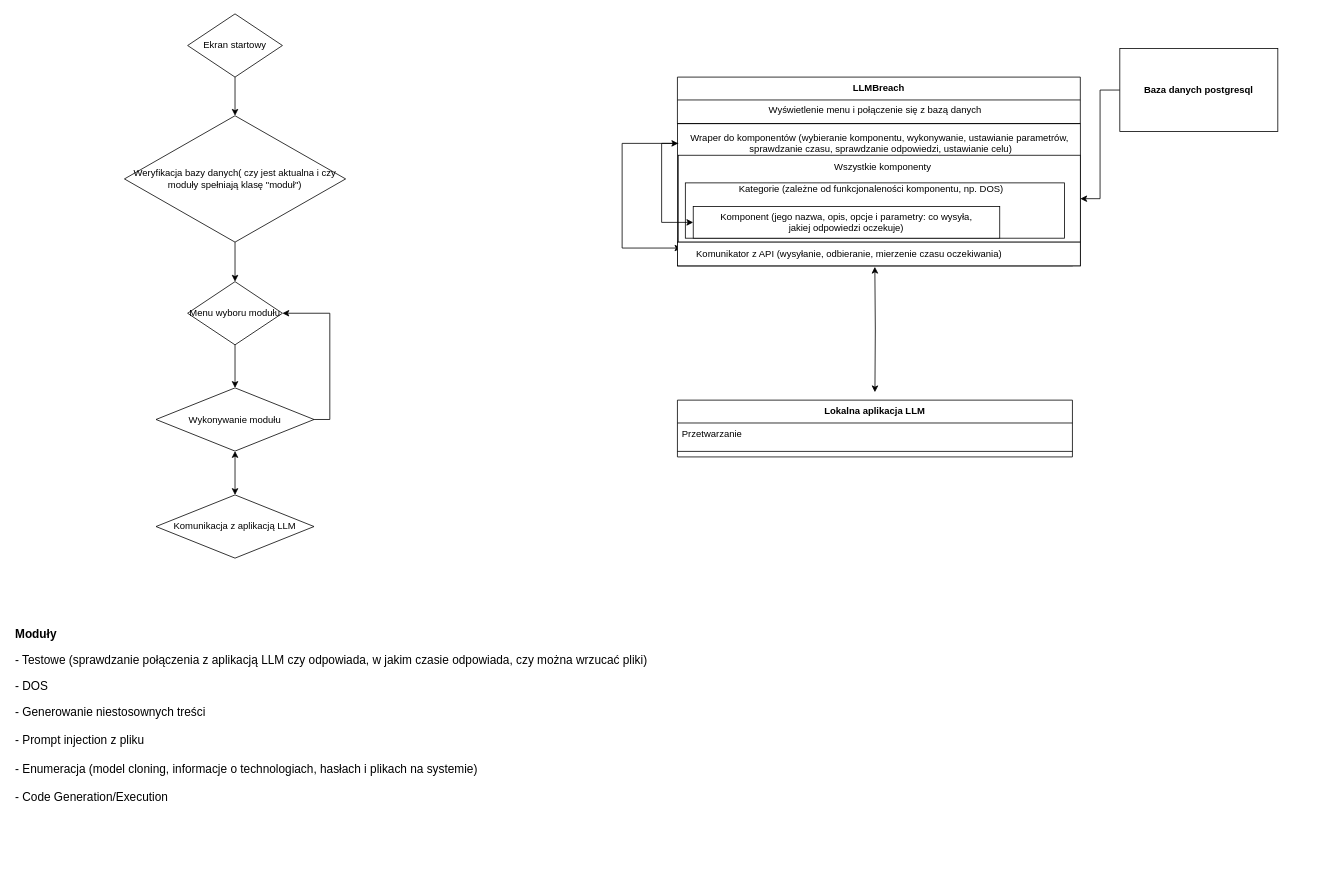
Earlier version of the draw.io diagram model.drawio (brzewVCE/LMBreach). Source tidied: cells renumbered, new cells numbered last; positions are measured from the earlier drawing's top-left corner, leaving out a move shared by most shapes. Both pictures are drawn from the tidied source at 79%, with x=0, y=0 at pixel (13, 13).
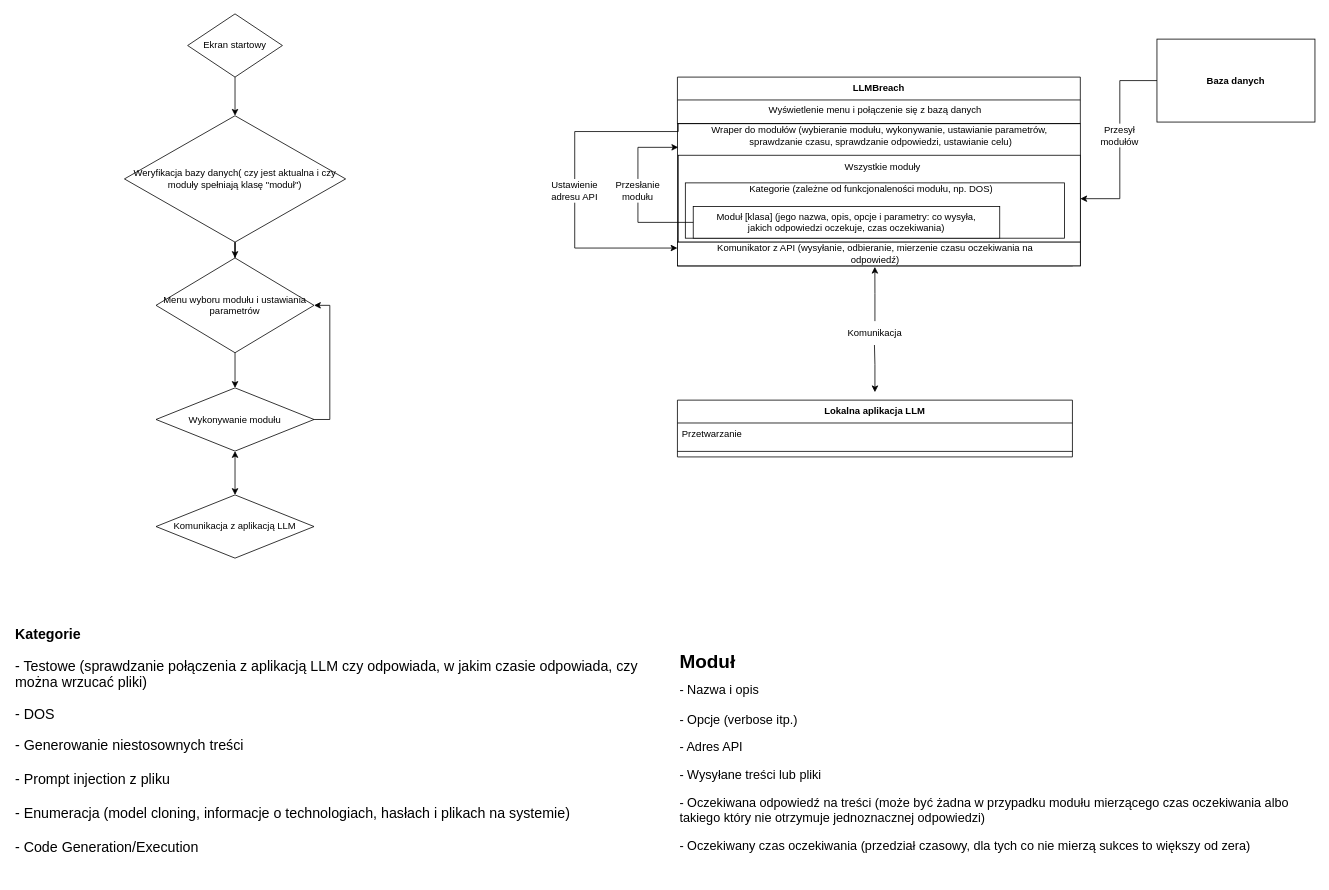
The same diagram, later.

Unchanged cells that the change refers to:
```xml
<mxCell id="3" style="rounded=0;whiteSpace=wrap;html=1;" parent="1" vertex="1">
  <mxGeometry x="840" y="139" width="510" height="180" as="geometry" />
</mxCell>
<mxCell id="8" style="rounded=0;whiteSpace=wrap;html=1;" parent="1" vertex="1">
  <mxGeometry x="841" y="179" width="509" height="110" as="geometry" />
</mxCell>
<mxCell id="20" style="rounded=0;whiteSpace=wrap;html=1;" parent="1" vertex="1">
  <mxGeometry x="840" y="289" width="510" height="30" as="geometry" />
</mxCell>
```

Change to the diagram source:
```diff
@@
-    <mxCell id="4" style="edgeStyle=orthogonalEdgeStyle;rounded=0;jettySize=auto;html=1;startArrow=classic;startFill=1;entryX=0.49;entryY=1.007;entryDx=0;entryDy=0;entryPerimeter=0;" parent="1" edge="1" target="3">
-      <mxGeometry relative="1" as="geometry">
-        <mxPoint x="1090" y="479" as="sourcePoint" />
-      </mxGeometry>
+    <mxCell id="4" style="edgeStyle=orthogonalEdgeStyle;rounded=0;jettySize=auto;html=1;startArrow=none;startFill=0;entryX=0.49;entryY=1.007;entryDx=0;entryDy=0;entryPerimeter=0;endArrow=classic;endFill=1;" parent="1" edge="1" source="38" target="3">
+      <mxGeometry relative="1" as="geometry" />
     </mxCell>
@@
-    <mxCell id="10" value="Wszystkie komponenty" style="text;html=1;align=center;verticalAlign=middle;whiteSpace=wrap;rounded=0;" parent="1" vertex="1">
+    <mxCell id="10" value="Wszystkie moduły" style="text;html=1;align=center;verticalAlign=middle;whiteSpace=wrap;rounded=0;" parent="1" vertex="1">
       <mxGeometry x="980" y="179" width="240" height="30" as="geometry" />
     </mxCell>
-    <mxCell id="11" value="&lt;div&gt;Kategorie (zależne od funkcjonaleności komponentu, np. DOS)&lt;/div&gt;&lt;div&gt;&lt;br&gt;&lt;/div&gt;" style="text;html=1;align=center;verticalAlign=middle;whiteSpace=wrap;rounded=0;" parent="1" vertex="1">
+    <mxCell id="11" value="&lt;div&gt;Kategorie (zależne od funkcjonaleności modułu, np. DOS)&lt;/div&gt;&lt;div&gt;&lt;br&gt;&lt;/div&gt;" style="text;html=1;align=center;verticalAlign=middle;whiteSpace=wrap;rounded=0;" parent="1" vertex="1">
       <mxGeometry x="841" y="214" width="489" height="30" as="geometry" />
     </mxCell>
-    <mxCell id="12" value="&lt;div&gt;Komponent (jego nazwa, opis, opcje i parametry: co wysyła,&lt;/div&gt;&lt;div&gt;jakiej odpowiedzi oczekuje)&lt;/div&gt;" style="rounded=0;whiteSpace=wrap;html=1;" parent="1" vertex="1">
+    <mxCell id="12" value="&lt;div&gt;Moduł [klasa] (jego nazwa, opis, opcje i parametry: co wysyła,&lt;/div&gt;&lt;div&gt;jakich odpowiedzi oczekuje, czas oczekiwania)&lt;/div&gt;" style="rounded=0;whiteSpace=wrap;html=1;" parent="1" vertex="1">
       <mxGeometry x="860" y="244" width="388" height="40" as="geometry" />
     </mxCell>
-    <mxCell id="13" style="edgeStyle=orthogonalEdgeStyle;rounded=0;jettySize=auto;html=1;entryX=1;entryY=0.5;entryDx=0;entryDy=0;" parent="1" edge="1" source="14" target="8">
+    <mxCell id="13" style="edgeStyle=orthogonalEdgeStyle;rounded=0;jettySize=auto;html=1;entryX=1;entryY=0.5;entryDx=0;entryDy=0;exitX=0.5;exitY=1;exitDx=0;exitDy=0;" parent="1" edge="1" source="40" target="8">
       <mxGeometry relative="1" as="geometry" />
     </mxCell>
-    <mxCell id="14" value="&lt;h4&gt;Baza danych postgresql&lt;/h4&gt;" style="rounded=0;whiteSpace=wrap;html=1;" parent="1" vertex="1">
-      <mxGeometry x="1400" y="44" width="200" height="105" as="geometry" />
+    <mxCell id="14" value="&lt;h4&gt;Baza danych&lt;br&gt;&lt;/h4&gt;" style="rounded=0;whiteSpace=wrap;html=1;" parent="1" vertex="1">
+      <mxGeometry x="1447" y="32" width="200" height="105" as="geometry" />
     </mxCell>
@@
-    <mxCell id="16" style="edgeStyle=orthogonalEdgeStyle;rounded=0;jettySize=auto;html=1;entryX=0;entryY=0.5;entryDx=0;entryDy=0;startArrow=classic;startFill=1;" parent="1" edge="1" source="18" target="12">
+    <mxCell id="16" style="edgeStyle=orthogonalEdgeStyle;rounded=0;jettySize=auto;html=1;entryX=0;entryY=0.5;entryDx=0;entryDy=0;startArrow=none;startFill=0;endArrow=none;endFill=0;" parent="1" edge="1" source="36" target="12">
       <mxGeometry relative="1" as="geometry">
         <Array as="points">
-          <mxPoint x="820" y="164" />
-          <mxPoint x="820" y="264" />
+          <mxPoint x="790" y="264" />
         </Array>
       </mxGeometry>
     </mxCell>
-    <mxCell id="17" style="edgeStyle=orthogonalEdgeStyle;rounded=0;jettySize=auto;html=1;entryX=0;entryY=0.25;entryDx=0;entryDy=0;" parent="1" edge="1" source="18" target="21">
+    <mxCell id="17" style="edgeStyle=orthogonalEdgeStyle;rounded=0;jettySize=auto;html=1;entryX=0;entryY=0.25;entryDx=0;entryDy=0;" parent="1" edge="1" source="34" target="20">
       <mxGeometry relative="1" as="geometry">
         <Array as="points">
-          <mxPoint x="770" y="164" />
-          <mxPoint x="770" y="297" />
+          <mxPoint x="710" y="297" />
         </Array>
       </mxGeometry>
     </mxCell>
-    <mxCell id="18" value="Wraper do komponentów (wybieranie komponentu, wykonywanie, ustawianie parametrów,&lt;br&gt;&amp;nbsp;sprawdzanie czasu, sprawdzanie odpowiedzi, ustawianie celu)" style="text;html=1;align=center;verticalAlign=middle;whiteSpace=wrap;rounded=0;" parent="1" vertex="1">
-      <mxGeometry x="841" y="149" width="510" height="30" as="geometry" />
+    <mxCell id="18" value="Wraper do modułów (wybieranie modułu, wykonywanie, ustawianie parametrów,&lt;br&gt;&amp;nbsp;sprawdzanie czasu, sprawdzanie odpowiedzi, ustawianie celu)" style="text;html=1;align=center;verticalAlign=middle;whiteSpace=wrap;rounded=0;" parent="1" vertex="1">
+      <mxGeometry x="841" y="139" width="510" height="30" as="geometry" />
     </mxCell>
@@
-    <mxCell id="21" value="Komunikator z API (wysyłanie, odbieranie, mierzenie czasu oczekiwania)" style="text;html=1;align=center;verticalAlign=middle;whiteSpace=wrap;rounded=0;" parent="1" vertex="1">
-      <mxGeometry x="845" y="289" width="425" height="30" as="geometry" />
+    <mxCell id="21" value="Komunikator z API (wysyłanie, odbieranie, mierzenie czasu oczekiwania na odpowiedź)" style="text;html=1;align=center;verticalAlign=middle;whiteSpace=wrap;rounded=0;" parent="1" vertex="1">
+      <mxGeometry x="877.5" y="289" width="425" height="30" as="geometry" />
     </mxCell>
@@
-    <mxCell id="27" value="Menu wyboru modułu" style="rhombus;whiteSpace=wrap;html=1;" parent="1" vertex="1">
-      <mxGeometry x="220" y="339" width="120" height="80" as="geometry" />
+    <mxCell id="27" value="Menu wyboru modułu i ustawiania parametrów" style="rhombus;whiteSpace=wrap;html=1;" parent="1" vertex="1">
+      <mxGeometry x="180" y="309" width="200" height="120" as="geometry" />
     </mxCell>
@@
-    <mxCell id="32" value="&lt;h1 style=&quot;margin-top: 0px; font-size: 15px;&quot;&gt;Moduły&lt;br style=&quot;font-size: 15px;&quot;&gt;&lt;/h1&gt;&lt;p style=&quot;font-size: 15px;&quot;&gt;- Testowe (sprawdzanie połączenia z aplikacją LLM czy odpowiada, w jakim czasie odpowiada, czy można wrzucać pliki)&lt;/p&gt;&lt;p style=&quot;font-size: 15px;&quot;&gt;- DOS&lt;/p&gt;- Generowanie niestosownych treści&lt;br style=&quot;font-size: 15px;&quot;&gt;&lt;div style=&quot;font-size: 15px;&quot;&gt;&lt;br style=&quot;font-size: 15px;&quot;&gt;&lt;/div&gt;&lt;div style=&quot;font-size: 15px;&quot;&gt;- Prompt injection z pliku&lt;/div&gt;&lt;div style=&quot;font-size: 15px;&quot;&gt;&lt;br style=&quot;font-size: 15px;&quot;&gt;&lt;/div&gt;&lt;div style=&quot;font-size: 15px;&quot;&gt;- Enumeracja (model cloning, informacje o technologiach, hasłach i plikach na systemie)&lt;/div&gt;&lt;div style=&quot;font-size: 15px;&quot;&gt;&lt;br style=&quot;font-size: 15px;&quot;&gt;&lt;/div&gt;&lt;div style=&quot;font-size: 15px;&quot;&gt;- Code Generation/Execution&lt;/div&gt;" style="text;html=1;whiteSpace=wrap;overflow=hidden;rounded=0;fontSize=15;" parent="1" vertex="1">
+    <mxCell id="32" value="&lt;h1 style=&quot;margin-top: 0px; font-size: 18px;&quot;&gt;&lt;font style=&quot;font-size: 18px;&quot;&gt;Kategorie&lt;br&gt;&lt;/font&gt;&lt;/h1&gt;&lt;p style=&quot;font-size: 18px;&quot;&gt;&lt;font style=&quot;font-size: 18px;&quot;&gt;- Testowe (sprawdzanie połączenia z aplikacją LLM czy odpowiada, w jakim czasie odpowiada, czy można wrzucać pliki)&lt;/font&gt;&lt;/p&gt;&lt;p style=&quot;font-size: 18px;&quot;&gt;&lt;font style=&quot;font-size: 18px;&quot;&gt;- DOS&lt;/font&gt;&lt;/p&gt;&lt;font style=&quot;font-size: 18px;&quot;&gt;- Generowanie niestosownych treści&lt;br&gt;&lt;/font&gt;&lt;div style=&quot;font-size: 18px;&quot;&gt;&lt;font style=&quot;font-size: 18px;&quot;&gt;&lt;br&gt;&lt;/font&gt;&lt;/div&gt;&lt;div style=&quot;font-size: 18px;&quot;&gt;&lt;font style=&quot;font-size: 18px;&quot;&gt;- Prompt injection z pliku&lt;/font&gt;&lt;/div&gt;&lt;div style=&quot;font-size: 18px;&quot;&gt;&lt;font style=&quot;font-size: 18px;&quot;&gt;&lt;br&gt;&lt;/font&gt;&lt;/div&gt;&lt;div style=&quot;font-size: 18px;&quot;&gt;&lt;font style=&quot;font-size: 18px;&quot;&gt;- Enumeracja (model cloning, informacje o technologiach, hasłach i plikach na systemie)&lt;/font&gt;&lt;/div&gt;&lt;div style=&quot;font-size: 18px;&quot;&gt;&lt;font style=&quot;font-size: 18px;&quot;&gt;&lt;br&gt;&lt;/font&gt;&lt;/div&gt;&lt;div style=&quot;font-size: 18px;&quot;&gt;&lt;font style=&quot;font-size: 18px;&quot;&gt;- Code Generation/Execution&lt;/font&gt;&lt;/div&gt;" style="text;html=1;whiteSpace=wrap;overflow=hidden;rounded=0;fontSize=15;" parent="1" vertex="1">
       <mxGeometry y="769" width="820" height="320" as="geometry" />
     </mxCell>
+    <mxCell id="33" style="edgeStyle=orthogonalEdgeStyle;rounded=0;jettySize=auto;html=1;endArrow=none;endFill=0;exitX=0;exitY=0;exitDx=0;exitDy=0;" parent="1" edge="1" source="18" target="34">
+      <mxGeometry relative="1" as="geometry">
+        <Array as="points">
+          <mxPoint x="710" y="149" />
+        </Array>
+      </mxGeometry>
+    </mxCell>
+    <mxCell id="34" value="Ustawienie adresu API" style="text;html=1;align=center;verticalAlign=middle;whiteSpace=wrap;rounded=0;" parent="1" vertex="1">
+      <mxGeometry x="670" y="209.1" width="80" height="30" as="geometry" />
+    </mxCell>
+    <mxCell id="35" style="edgeStyle=orthogonalEdgeStyle;rounded=0;jettySize=auto;html=1;entryX=0.5;entryY=0;entryDx=0;entryDy=0;startArrow=classic;startFill=1;endArrow=none;endFill=0;" parent="1" edge="1" source="18" target="36">
+      <mxGeometry relative="1" as="geometry">
+        <Array as="points">
+          <mxPoint x="790" y="169" />
+        </Array>
+      </mxGeometry>
+    </mxCell>
+    <mxCell id="36" value="Przesłanie modułu" style="text;html=1;align=center;verticalAlign=middle;whiteSpace=wrap;rounded=0;" parent="1" vertex="1">
+      <mxGeometry x="760" y="209" width="60" height="30" as="geometry" />
+    </mxCell>
+    <mxCell id="37" style="edgeStyle=orthogonalEdgeStyle;rounded=0;jettySize=auto;html=1;startArrow=classic;startFill=1;entryX=0.49;entryY=1.007;entryDx=0;entryDy=0;entryPerimeter=0;endArrow=none;endFill=0;" parent="1" edge="1" target="38">
+      <mxGeometry relative="1" as="geometry">
+        <mxPoint x="1090" y="479" as="sourcePoint" />
+        <Array as="points">
+          <mxPoint x="1090" y="444" />
+        </Array>
+      </mxGeometry>
+    </mxCell>
+    <mxCell id="38" value="Komunikacja" style="text;html=1;align=center;verticalAlign=middle;whiteSpace=wrap;rounded=0;" parent="1" vertex="1">
+      <mxGeometry x="1060" y="389" width="60" height="30" as="geometry" />
+    </mxCell>
+    <mxCell id="39" style="edgeStyle=orthogonalEdgeStyle;rounded=0;jettySize=auto;html=1;entryX=0.5;entryY=0;entryDx=0;entryDy=0;endArrow=none;endFill=0;" parent="1" edge="1" source="14" target="40">
+      <mxGeometry relative="1" as="geometry" />
+    </mxCell>
+    <mxCell id="40" value="Przesył modułów" style="text;html=1;align=center;verticalAlign=middle;whiteSpace=wrap;rounded=0;" parent="1" vertex="1">
+      <mxGeometry x="1370" y="139" width="60" height="30" as="geometry" />
+    </mxCell>
+    <mxCell id="41" value="&lt;h1 style=&quot;margin-top: 0px; font-size: 16px;&quot;&gt;&lt;font style=&quot;font-size: 24px;&quot;&gt;Moduł&lt;/font&gt;&lt;/h1&gt;&lt;div&gt;- Nazwa i opis&lt;br&gt;&lt;/div&gt;&lt;div&gt;&lt;br&gt;&lt;/div&gt;&lt;div&gt;- Opcje (verbose itp.)&lt;br&gt;&lt;/div&gt;&lt;p style=&quot;font-size: 16px;&quot;&gt;- Adres API&lt;br style=&quot;font-size: 16px;&quot;&gt;&lt;/p&gt;&lt;p style=&quot;font-size: 16px;&quot;&gt;- Wysyłane treści lub pliki&lt;br&gt;&lt;/p&gt;&lt;p style=&quot;font-size: 16px;&quot;&gt;- Oczekiwana odpowiedź na treści (może być żadna w przypadku modułu mierzącego czas oczekiwania albo takiego który nie otrzymuje jednoznacznej odpowiedzi)&lt;br&gt;&lt;/p&gt;&lt;p style=&quot;font-size: 16px;&quot;&gt;- Oczekiwany czas oczekiwania (przedział czasowy, dla tych co nie mierzą sukces to większy od zera)&lt;/p&gt;&lt;div&gt;&lt;br&gt;&lt;/div&gt;&lt;div&gt;&lt;br&gt;&lt;/div&gt;" style="text;html=1;whiteSpace=wrap;overflow=hidden;rounded=0;fontSize=16;" parent="1" vertex="1">
+      <mxGeometry x="841" y="799" width="799" height="290" as="geometry" />
+    </mxCell>
```
